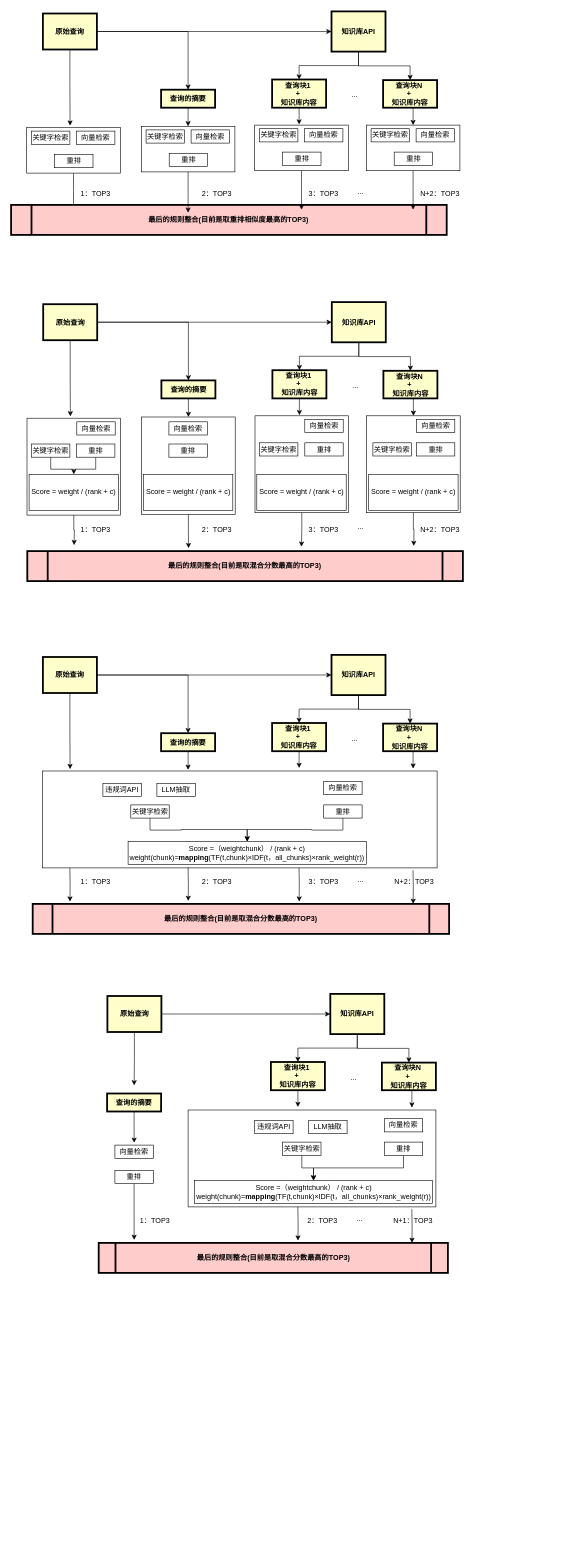
Above: process.drawio in liweizhen111/GIt-GitHub_Note (draw.io), before the change. Source tidied: cells renumbered, new cells numbered last; positions are measured from the earlier drawing's top-left corner, leaving out a move shared by most shapes. Both pictures are drawn from the tidied source at 60%, with x=0, y=0 at pixel (11, 11).
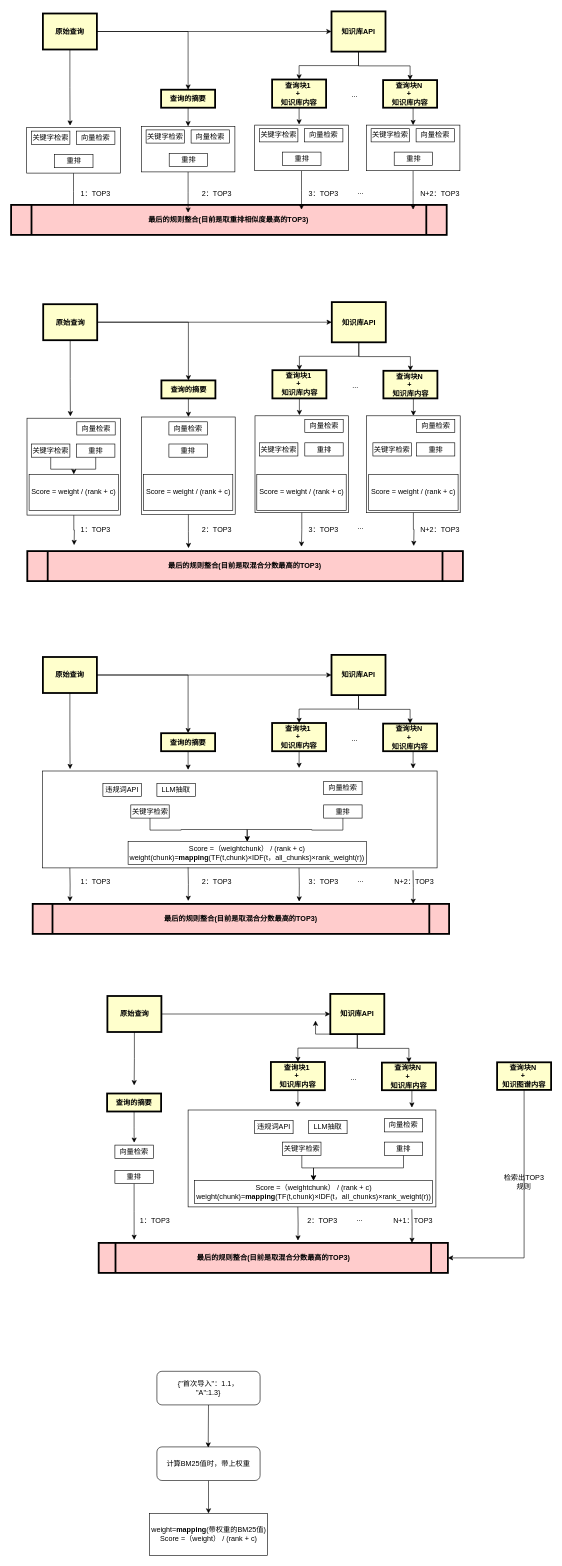
After the change.

The change refers to these unchanged cells:
```xml
<mxCell id="127" value="最后的规则整合(目前是取混合分数最高的TOP3)" style="shape=process;whiteSpace=wrap;align=center;verticalAlign=middle;size=0.0475;fontStyle=1;strokeWidth=3;fillColor=#FFCCCC;" parent="1" vertex="1">
  <mxGeometry x="146" y="2053" width="582" height="50" as="geometry" />
</mxCell>
<mxCell id="141" value="知识库API" style="whiteSpace=wrap;align=center;verticalAlign=middle;fontStyle=1;strokeWidth=3;fillColor=#FFFFCC;" parent="1" vertex="1">
  <mxGeometry x="532" y="1638" width="90" height="67" as="geometry" />
</mxCell>
```

Change to the diagram source:
```diff
@@
+    <mxCell id="155" style="edgeStyle=orthogonalEdgeStyle;rounded=0;jettySize=auto;html=1;exitX=0;exitY=1;exitDx=0;exitDy=0;" parent="1" edge="1" source="141">
+      <mxGeometry relative="1" as="geometry">
+        <mxPoint x="507.4" y="1682.5" as="targetPoint" />
+      </mxGeometry>
+    </mxCell>
@@
+    <mxCell id="156" style="edgeStyle=orthogonalEdgeStyle;rounded=0;jettySize=auto;html=1;exitX=0.5;exitY=1;exitDx=0;exitDy=0;entryX=1;entryY=0.5;entryDx=0;entryDy=0;" parent="1" edge="1" source="157" target="127">
+      <mxGeometry relative="1" as="geometry" />
+    </mxCell>
+    <mxCell id="157" value="查询块N &#10;+ &#10;知识图谱内容" style="whiteSpace=wrap;align=center;verticalAlign=middle;fontStyle=1;strokeWidth=3;fillColor=#FFFFCC;" parent="1" vertex="1">
+      <mxGeometry x="810" y="1752" width="90" height="46" as="geometry" />
+    </mxCell>
+    <mxCell id="158" value="检索出TOP3规则" style="text;html=1;align=center;verticalAlign=middle;whiteSpace=wrap;rounded=0;" parent="1" vertex="1">
+      <mxGeometry x="817" y="1936" width="76" height="30" as="geometry" />
+    </mxCell>
+    <mxCell id="159" style="edgeStyle=orthogonalEdgeStyle;rounded=0;jettySize=auto;html=1;exitX=0.5;exitY=1;exitDx=0;exitDy=0;" parent="1" edge="1" source="160">
+      <mxGeometry relative="1" as="geometry">
+        <mxPoint x="328.5" y="2394.2" as="targetPoint" />
+      </mxGeometry>
+    </mxCell>
+    <mxCell id="160" value="{&quot;首次导入&quot;：1.1，&lt;div&gt;&quot;A&quot;:1.3}&lt;/div&gt;" style="rounded=1;whiteSpace=wrap;html=1;" parent="1" vertex="1">
+      <mxGeometry x="243" y="2267" width="172" height="56" as="geometry" />
+    </mxCell>
+    <mxCell id="161" style="edgeStyle=orthogonalEdgeStyle;rounded=0;jettySize=auto;html=1;exitX=0.5;exitY=1;exitDx=0;exitDy=0;entryX=0.5;entryY=0;entryDx=0;entryDy=0;" parent="1" edge="1" source="162" target="163">
+      <mxGeometry relative="1" as="geometry" />
+    </mxCell>
+    <mxCell id="162" value="计算BM25值时，带上权重" style="rounded=1;whiteSpace=wrap;html=1;" parent="1" vertex="1">
+      <mxGeometry x="243" y="2393" width="172" height="56" as="geometry" />
+    </mxCell>
+    <mxCell id="163" value="&lt;span style=&quot;text-align: start;&quot; class=&quot;ne-text&quot;&gt;weight=&lt;/span&gt;&lt;strong style=&quot;text-align: start;&quot;&gt;&lt;span class=&quot;ne-text&quot;&gt;mapping&lt;/span&gt;&lt;/strong&gt;&lt;span style=&quot;text-align: start;&quot; class=&quot;ne-text&quot;&gt;(带权重的BM25值)&lt;/span&gt;&lt;br&gt;&lt;div&gt;&lt;span style=&quot;text-align: start;&quot; class=&quot;ne-text&quot;&gt;&lt;span style=&quot;text-align: center;&quot;&gt;Score =（weight） / (rank + c)&lt;/span&gt;&lt;br&gt;&lt;/span&gt;&lt;/div&gt;" style="rounded=0;whiteSpace=wrap;html=1;" parent="1" vertex="1">
+      <mxGeometry x="230.5" y="2504" width="197" height="70" as="geometry" />
+    </mxCell>
```
